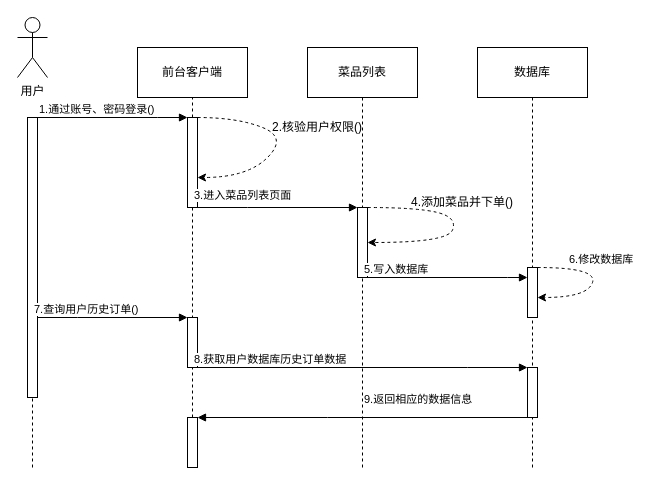
FanDoggie/github-slideshow keeps this draw.io diagram as 前台用户模块时序图.drawio. Above is the earlier version. Source tidied: cells renumbered, new cells numbered last; positions are measured from the earlier drawing's top-left corner, leaving out a move shared by most shapes. Both pictures are drawn from the tidied source at 100%, with x=0, y=0 at pixel (17, 17).
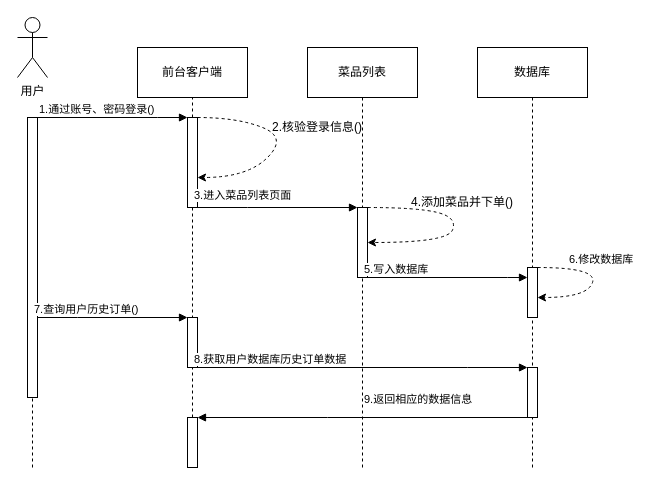
Above is the later version.

Commit message (it also covers changes not shown here):
更新前台用户模块时序图.drawio

Change to the diagram source:
```diff
@@
-    <mxCell id="14" value="2.核验用户权限()" style="text;html=1;strokeColor=none;fillColor=none;align=center;verticalAlign=middle;whiteSpace=wrap;rounded=0;" parent="1" vertex="1">
+    <mxCell id="14" value="2.核验登录信息()" style="text;html=1;strokeColor=none;fillColor=none;align=center;verticalAlign=middle;whiteSpace=wrap;rounded=0;" parent="1" vertex="1">
       <mxGeometry x="250" y="100" width="100" height="20" as="geometry" />
     </mxCell>
```
